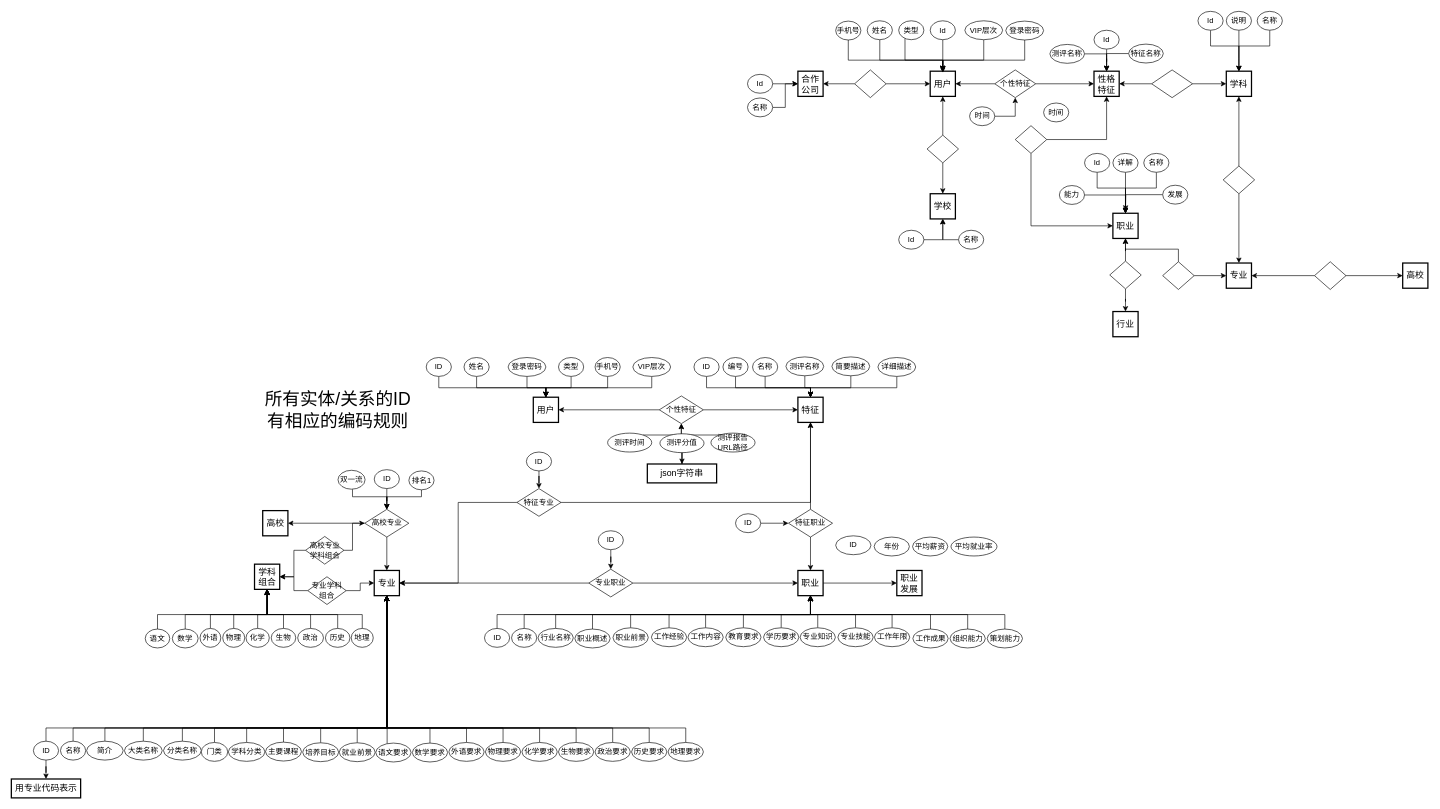
The draw.io diagram ER.drawio in lry198010/ACES, before the edit. Source tidied: cells renumbered, new cells numbered last; positions are measured from the earlier drawing's top-left corner, leaving out a move shared by most shapes. Both pictures are drawn from the tidied source at 63%, with x=0, y=0 at pixel (11, 11).
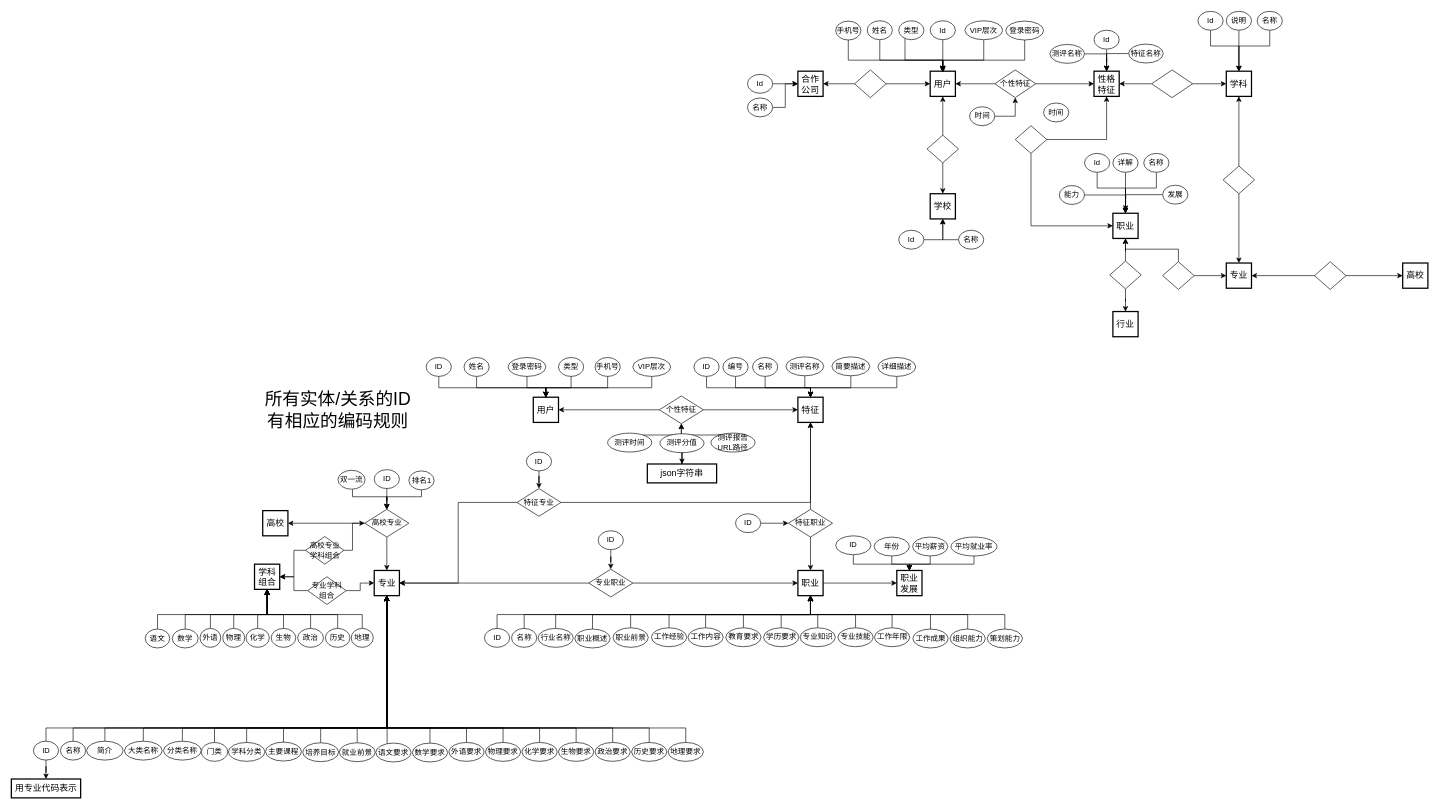
The same diagram, later.

Unchanged cells that the change refers to:
```xml
<mxCell id="195" value="职业发展" style="strokeWidth=2;whiteSpace=wrap;html=1;align=center;fontSize=14;" parent="1" vertex="1">
  <mxGeometry x="1405" y="888" width="40" height="40" as="geometry" />
</mxCell>
<mxCell id="196" value="ID" style="ellipse;whiteSpace=wrap;html=1;" parent="1" vertex="1">
  <mxGeometry x="1308" y="833" width="56" height="30" as="geometry" />
</mxCell>
<mxCell id="197" value="年份" style="ellipse;whiteSpace=wrap;html=1;" parent="1" vertex="1">
  <mxGeometry x="1369" y="835" width="56" height="30" as="geometry" />
</mxCell>
<mxCell id="198" value="平均薪资" style="ellipse;whiteSpace=wrap;html=1;" parent="1" vertex="1">
  <mxGeometry x="1430" y="835" width="56" height="30" as="geometry" />
</mxCell>
<mxCell id="199" value="平均就业率" style="ellipse;whiteSpace=wrap;html=1;" parent="1" vertex="1">
  <mxGeometry x="1491" y="835" width="73" height="30" as="geometry" />
</mxCell>
```

The edit, as a diff of the source:
```diff
@@
+    <mxCell id="249" style="edgeStyle=orthogonalEdgeStyle;rounded=0;jettySize=auto;html=1;entryX=0.5;entryY=0;entryDx=0;entryDy=0;fontSize=28;" parent="1" edge="1" source="196" target="195">
+      <mxGeometry relative="1" as="geometry">
+        <Array as="points">
+          <mxPoint x="1336" y="878" />
+          <mxPoint x="1425" y="878" />
+        </Array>
+      </mxGeometry>
+    </mxCell>
@@
+    <mxCell id="250" style="edgeStyle=orthogonalEdgeStyle;rounded=0;jettySize=auto;html=1;entryX=0.5;entryY=0;entryDx=0;entryDy=0;fontSize=28;" parent="1" edge="1" source="197" target="195">
+      <mxGeometry relative="1" as="geometry">
+        <Array as="points">
+          <mxPoint x="1397" y="878" />
+          <mxPoint x="1425" y="878" />
+        </Array>
+      </mxGeometry>
+    </mxCell>
@@
+    <mxCell id="251" style="edgeStyle=orthogonalEdgeStyle;rounded=0;jettySize=auto;html=1;entryX=0.5;entryY=0;entryDx=0;entryDy=0;fontSize=28;" parent="1" edge="1" source="198" target="195">
+      <mxGeometry relative="1" as="geometry">
+        <Array as="points">
+          <mxPoint x="1458" y="878" />
+          <mxPoint x="1425" y="878" />
+        </Array>
+      </mxGeometry>
+    </mxCell>
@@
+    <mxCell id="252" style="edgeStyle=orthogonalEdgeStyle;rounded=0;jettySize=auto;html=1;entryX=0.5;entryY=0;entryDx=0;entryDy=0;fontSize=28;" parent="1" edge="1" source="199" target="195">
+      <mxGeometry relative="1" as="geometry">
+        <Array as="points">
+          <mxPoint x="1528" y="878" />
+          <mxPoint x="1425" y="878" />
+        </Array>
+      </mxGeometry>
+    </mxCell>
```
